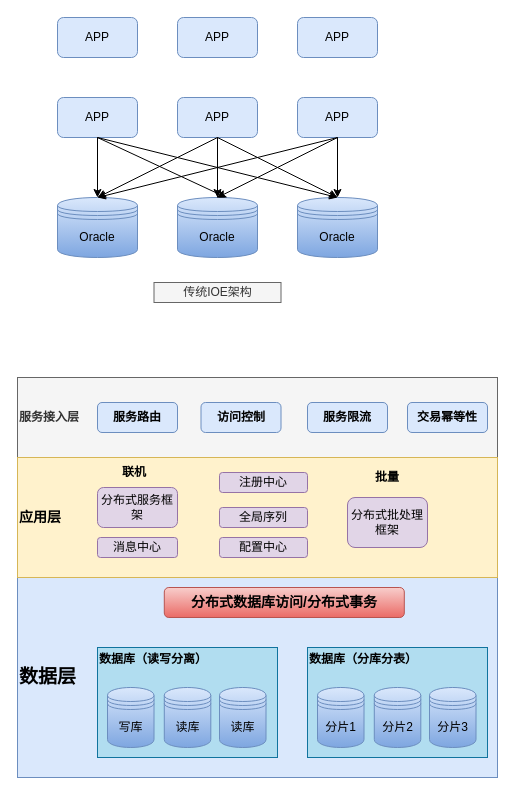
This is IOE架构和分布式架构.drawio from xinyimq/yixinwork, a draw.io file, before an edit. Source tidied: cells renumbered, new cells numbered last; positions are measured from the earlier drawing's top-left corner, leaving out a move shared by most shapes. Both pictures are drawn from the tidied source at 100%, with x=0, y=0 at pixel (17, 17).
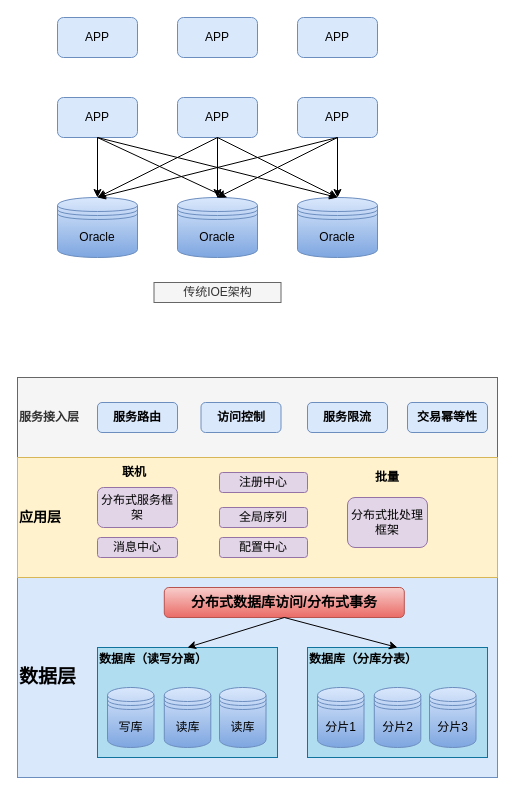
Above is the later version.

Commit message (it also covers changes not shown here):
Update IOE架构和分布式架构.drawio

Unchanged cells that the change refers to:
```xml
<mxCell id="36" value="&lt;div style=&quot;text-align: center&quot;&gt;&lt;b&gt;&lt;span&gt;数据库（读写分离&lt;/span&gt;&lt;span&gt;）&lt;/span&gt;&lt;/b&gt;&lt;/div&gt;&lt;div style=&quot;text-align: center&quot;&gt;&lt;span&gt;&lt;b&gt;&lt;br&gt;&lt;/b&gt;&lt;/span&gt;&lt;/div&gt;&lt;div style=&quot;text-align: center&quot;&gt;&lt;span&gt;&lt;b&gt;&lt;br&gt;&lt;/b&gt;&lt;/span&gt;&lt;/div&gt;&lt;div style=&quot;text-align: center&quot;&gt;&lt;span&gt;&lt;b&gt;&lt;br&gt;&lt;/b&gt;&lt;/span&gt;&lt;/div&gt;&lt;div style=&quot;text-align: center&quot;&gt;&lt;span&gt;&lt;b&gt;&lt;br&gt;&lt;/b&gt;&lt;/span&gt;&lt;/div&gt;&lt;div style=&quot;text-align: center&quot;&gt;&lt;span&gt;&lt;b&gt;&lt;br&gt;&lt;/b&gt;&lt;/span&gt;&lt;/div&gt;&lt;div style=&quot;text-align: center&quot;&gt;&lt;span&gt;&lt;br&gt;&lt;/span&gt;&lt;/div&gt;" style="rounded=0;whiteSpace=wrap;html=1;fillColor=#b1ddf0;strokeColor=#10739e;align=left;" parent="1" vertex="1">
  <mxGeometry x="80" y="630" width="180" height="110" as="geometry" />
</mxCell>
<mxCell id="38" value="&lt;b&gt;&lt;font style=&quot;font-size: 14px&quot;&gt;分布式数据库访问/分布式事务&lt;/font&gt;&lt;/b&gt;" style="rounded=1;whiteSpace=wrap;html=1;gradientColor=#ea6b66;fillColor=#f8cecc;strokeColor=#b85450;" parent="1" vertex="1">
  <mxGeometry x="146.8" y="570" width="240" height="30" as="geometry" />
</mxCell>
<mxCell id="41" value="&lt;div style=&quot;text-align: center&quot;&gt;&lt;b&gt;&lt;span&gt;数据库（分库分表&lt;/span&gt;&lt;span&gt;）&lt;/span&gt;&lt;/b&gt;&lt;/div&gt;&lt;div style=&quot;text-align: center&quot;&gt;&lt;span&gt;&lt;b&gt;&lt;br&gt;&lt;/b&gt;&lt;/span&gt;&lt;/div&gt;&lt;div style=&quot;text-align: center&quot;&gt;&lt;span&gt;&lt;b&gt;&lt;br&gt;&lt;/b&gt;&lt;/span&gt;&lt;/div&gt;&lt;div style=&quot;text-align: center&quot;&gt;&lt;span&gt;&lt;b&gt;&lt;br&gt;&lt;/b&gt;&lt;/span&gt;&lt;/div&gt;&lt;div style=&quot;text-align: center&quot;&gt;&lt;span&gt;&lt;b&gt;&lt;br&gt;&lt;/b&gt;&lt;/span&gt;&lt;/div&gt;&lt;div style=&quot;text-align: center&quot;&gt;&lt;span&gt;&lt;b&gt;&lt;br&gt;&lt;/b&gt;&lt;/span&gt;&lt;/div&gt;&lt;div style=&quot;text-align: center&quot;&gt;&lt;span&gt;&lt;br&gt;&lt;/span&gt;&lt;/div&gt;" style="rounded=0;whiteSpace=wrap;html=1;fillColor=#b1ddf0;strokeColor=#10739e;align=left;" parent="1" vertex="1">
  <mxGeometry x="290" y="630" width="180" height="110" as="geometry" />
</mxCell>
```

Diff of the diagram source:
```diff
@@
+    <mxCell id="45" style="endArrow=classic;html=1;exitX=0.5;exitY=1;exitDx=0;exitDy=0;entryX=0.5;entryY=0;entryDx=0;entryDy=0;" parent="1" edge="1" source="38" target="36">
+      <mxGeometry relative="1" as="geometry" />
+    </mxCell>
+    <mxCell id="46" style="endArrow=classic;html=1;exitX=0.5;exitY=1;exitDx=0;exitDy=0;entryX=0.5;entryY=0;entryDx=0;entryDy=0;" parent="1" edge="1" source="38" target="41">
+      <mxGeometry relative="1" as="geometry" />
+    </mxCell>
```
